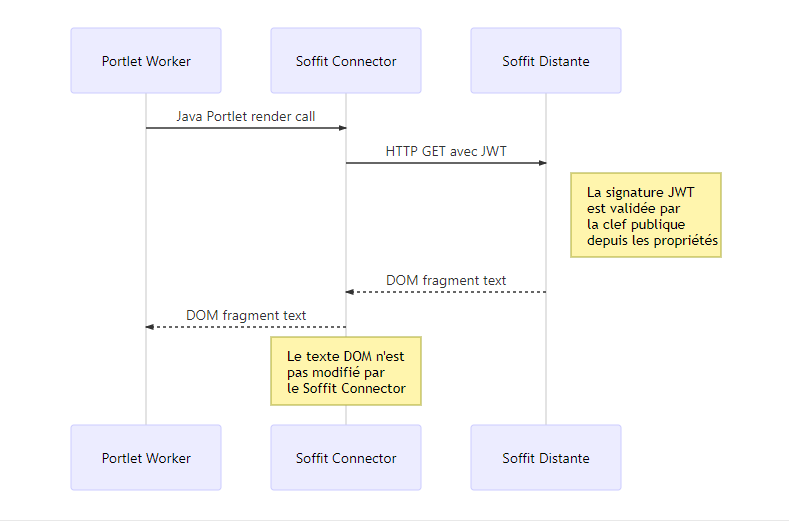
Before: docs/images/soffit-sequence_fr.mmd.png, a diagram exported from Mermaid (uPortal-Project/uPortal). Its source is kept beside it as docs/images/soffit-sequence_fr.mmd. Source of this version:
```mermaid
sequenceDiagram
    Portlet Worker   ->>  Soffit Connector: Java Portlet render call
    Soffit Connector ->>  Soffit Distante:    HTTP GET avec JWT
    Note right of Soffit Distante: La signature JWT<br>est validée par<br>la clef publique <br>depuis les propriétés
    Soffit Distante   -->> Soffit Connector: DOM fragment text
    Soffit Connector -->> Portlet Worker:   DOM fragment text
    Note over Soffit Connector: Le texte DOM n'est <br>pas modifié par<br>le Soffit Connector
```
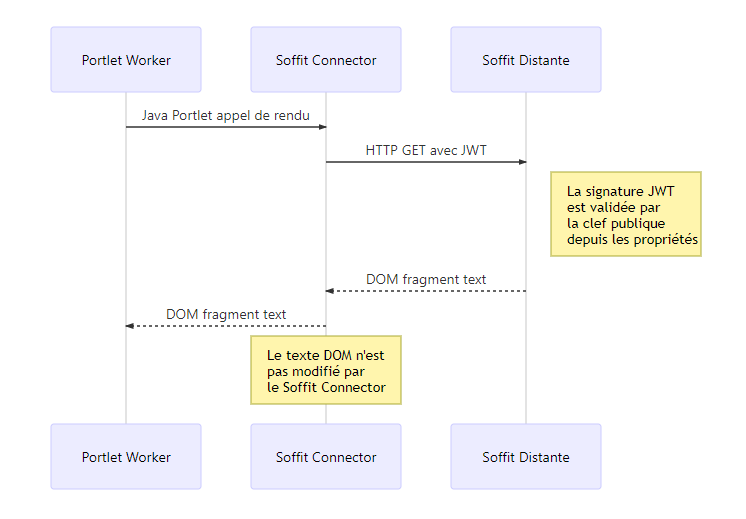
Above is the later version.

Diff of the diagram source:
```diff
@@ -1,5 +1,5 @@
 sequenceDiagram
-    Portlet Worker   ->>  Soffit Connector: Java Portlet render call
+    Portlet Worker   ->>  Soffit Connector: Java Portlet appel de rendu
     Soffit Connector ->>  Soffit Distante:    HTTP GET avec JWT
     Note right of Soffit Distante: La signature JWT<br>est validée par<br>la clef publique <br>depuis les propriétés
     Soffit Distante   -->> Soffit Connector: DOM fragment text
```
